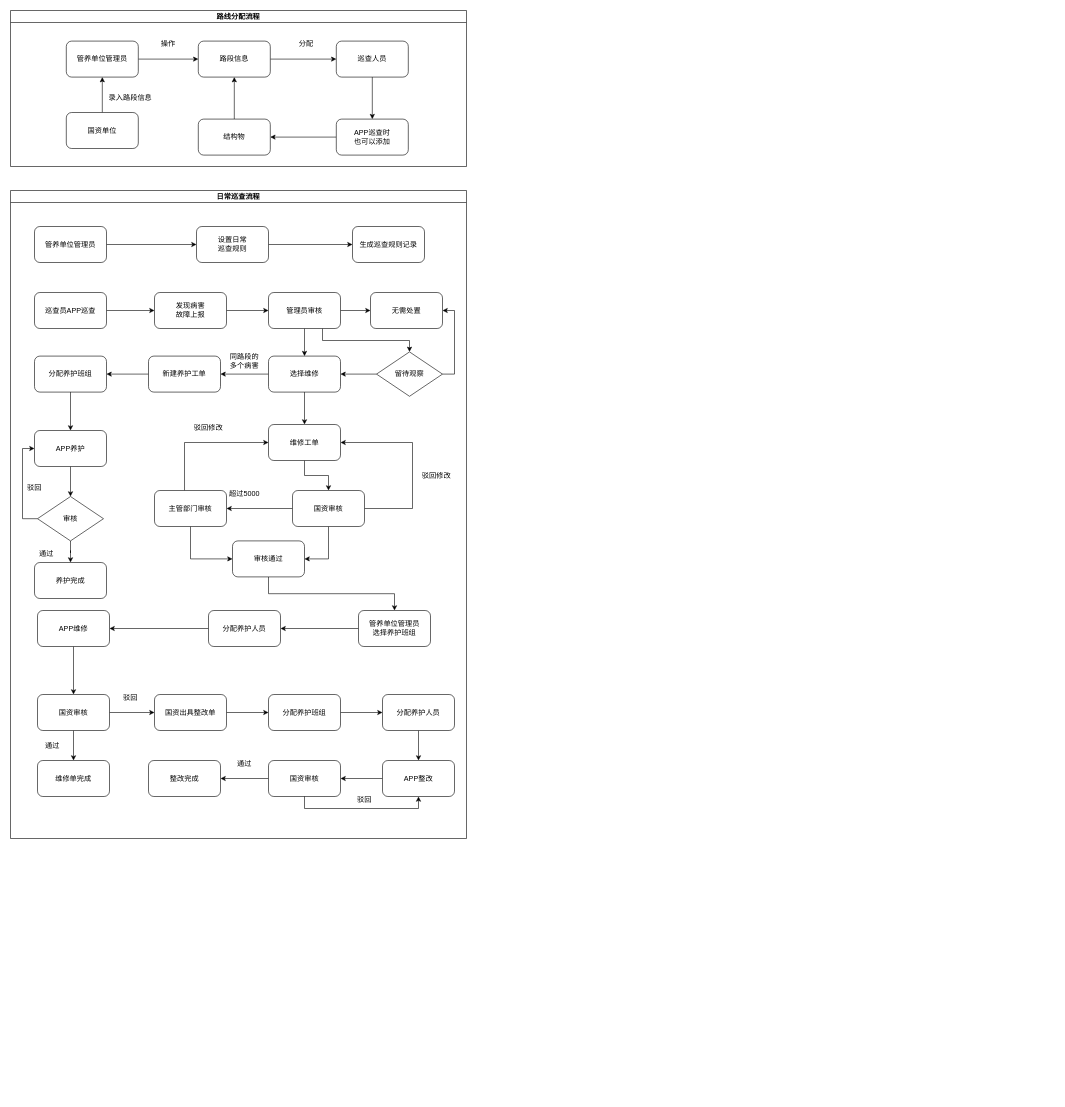
Above: way/JH/流程图.drawio in Napoleon1234/Draw (draw.io), before the change. Source tidied: cells renumbered, new cells numbered last; positions are measured from the earlier drawing's top-left corner, leaving out a move shared by most shapes. Both pictures are drawn from the tidied source at 60%, with x=0, y=0 at pixel (10, 10).
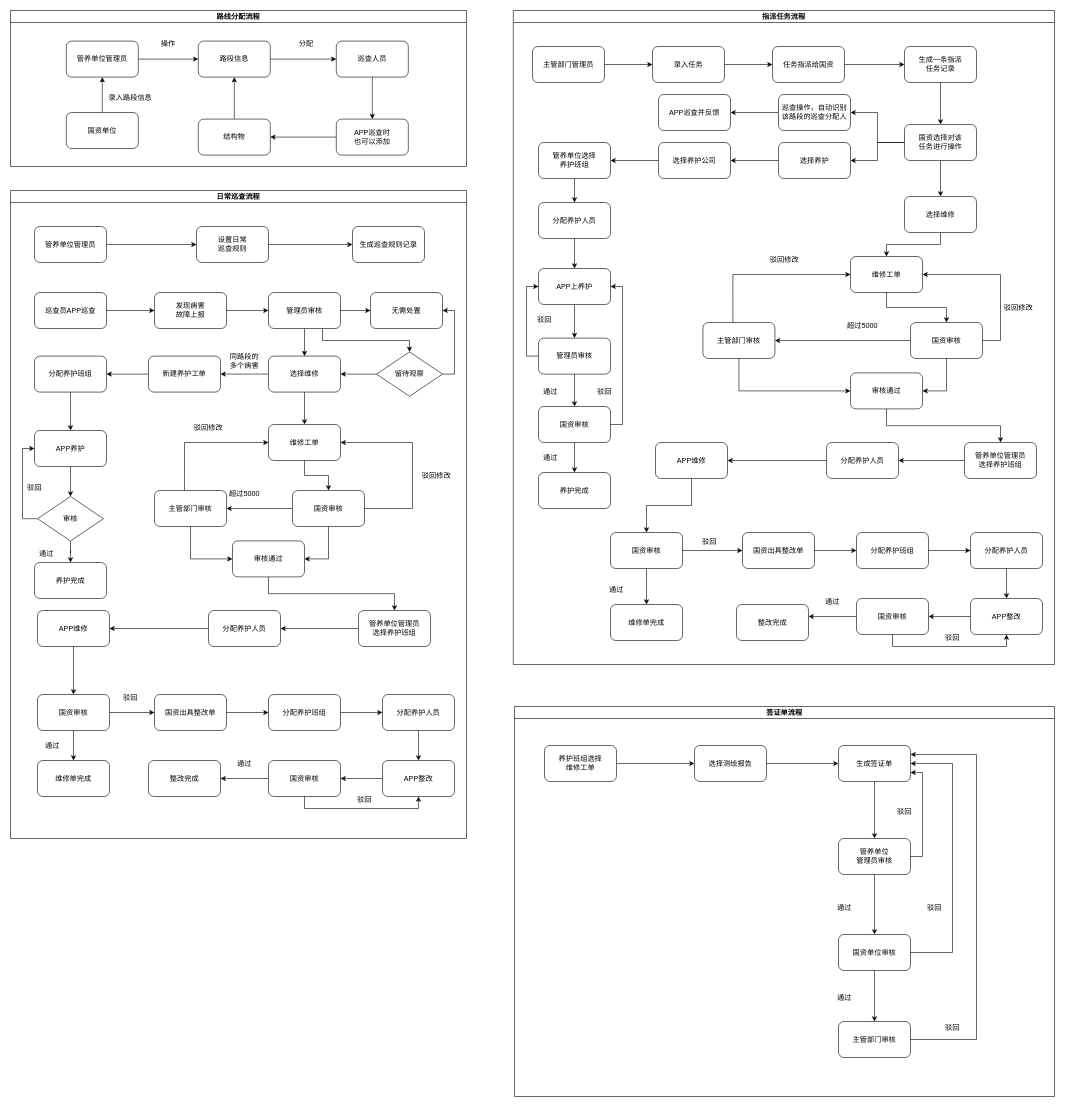
After the change.

Commit message (it also covers changes not shown here):
更新流程图.drawio

Change to the diagram source:
```diff
@@
+    <mxCell id="92" value="指派任务流程" style="swimlane;startSize=20;horizontal=1;containerType=tree;" parent="1" vertex="1">
+      <mxGeometry x="838" width="902" height="1090" as="geometry" />
+    </mxCell>
+    <mxCell id="93" style="edgeStyle=orthogonalEdgeStyle;rounded=0;jettySize=auto;html=1;" parent="92" edge="1" source="94" target="96">
+      <mxGeometry relative="1" as="geometry" />
+    </mxCell>
+    <mxCell id="94" value="主管部门管理员" style="rounded=1;whiteSpace=wrap;html=1;" parent="92" vertex="1">
+      <mxGeometry x="32" y="60" width="120" height="60" as="geometry" />
+    </mxCell>
+    <mxCell id="95" style="edgeStyle=orthogonalEdgeStyle;rounded=0;jettySize=auto;html=1;" parent="92" edge="1" source="96" target="98">
+      <mxGeometry relative="1" as="geometry" />
+    </mxCell>
+    <mxCell id="96" value="录入任务" style="rounded=1;whiteSpace=wrap;html=1;" parent="92" vertex="1">
+      <mxGeometry x="232" y="60" width="120" height="60" as="geometry" />
+    </mxCell>
+    <mxCell id="97" style="edgeStyle=orthogonalEdgeStyle;rounded=0;jettySize=auto;html=1;entryX=0;entryY=0.5;entryDx=0;entryDy=0;" parent="92" edge="1" source="98" target="100">
+      <mxGeometry relative="1" as="geometry" />
+    </mxCell>
+    <mxCell id="98" value="任务指派给国资" style="rounded=1;whiteSpace=wrap;html=1;" parent="92" vertex="1">
+      <mxGeometry x="432" y="60" width="120" height="60" as="geometry" />
+    </mxCell>
+    <mxCell id="99" style="edgeStyle=orthogonalEdgeStyle;rounded=0;jettySize=auto;html=1;entryX=0.5;entryY=0;entryDx=0;entryDy=0;" parent="92" edge="1" source="100" target="104">
+      <mxGeometry relative="1" as="geometry" />
+    </mxCell>
+    <mxCell id="100" value="生成一条指派&lt;br&gt;任务记录" style="rounded=1;whiteSpace=wrap;html=1;" parent="92" vertex="1">
+      <mxGeometry x="652" y="60" width="120" height="60" as="geometry" />
+    </mxCell>
+    <mxCell id="101" style="edgeStyle=orthogonalEdgeStyle;rounded=0;jettySize=auto;html=1;entryX=1;entryY=0.5;entryDx=0;entryDy=0;" parent="92" edge="1" source="104" target="106">
+      <mxGeometry relative="1" as="geometry" />
+    </mxCell>
+    <mxCell id="102" style="edgeStyle=orthogonalEdgeStyle;rounded=0;jettySize=auto;html=1;" parent="92" edge="1" source="104" target="109">
+      <mxGeometry relative="1" as="geometry" />
+    </mxCell>
+    <mxCell id="103" style="edgeStyle=orthogonalEdgeStyle;rounded=0;jettySize=auto;html=1;" parent="92" edge="1" source="104" target="127">
+      <mxGeometry relative="1" as="geometry" />
+    </mxCell>
+    <mxCell id="104" value="国资选择对该&lt;br&gt;任务进行操作" style="rounded=1;whiteSpace=wrap;html=1;" parent="92" vertex="1">
+      <mxGeometry x="652" y="190" width="120" height="60" as="geometry" />
+    </mxCell>
+    <mxCell id="105" style="edgeStyle=orthogonalEdgeStyle;rounded=0;jettySize=auto;html=1;entryX=1;entryY=0.5;entryDx=0;entryDy=0;" parent="92" edge="1" source="106" target="107">
+      <mxGeometry relative="1" as="geometry" />
+    </mxCell>
+    <mxCell id="106" value="巡查操作，自动识别该路段的巡查分配人" style="rounded=1;whiteSpace=wrap;html=1;" parent="92" vertex="1">
+      <mxGeometry x="442" y="140" width="120" height="60" as="geometry" />
+    </mxCell>
+    <mxCell id="107" value="APP巡查并反馈" style="rounded=1;whiteSpace=wrap;html=1;" parent="92" vertex="1">
+      <mxGeometry x="242" y="140" width="120" height="60" as="geometry" />
+    </mxCell>
+    <mxCell id="108" style="edgeStyle=orthogonalEdgeStyle;rounded=0;jettySize=auto;html=1;entryX=1;entryY=0.5;entryDx=0;entryDy=0;" parent="92" edge="1" source="109" target="111">
+      <mxGeometry relative="1" as="geometry" />
+    </mxCell>
+    <mxCell id="109" value="选择养护" style="rounded=1;whiteSpace=wrap;html=1;" parent="92" vertex="1">
+      <mxGeometry x="442" y="220" width="120" height="60" as="geometry" />
+    </mxCell>
+    <mxCell id="110" style="edgeStyle=orthogonalEdgeStyle;rounded=0;jettySize=auto;html=1;" parent="92" edge="1" source="111" target="113">
+      <mxGeometry relative="1" as="geometry" />
+    </mxCell>
+    <mxCell id="111" value="选择养护公司" style="rounded=1;whiteSpace=wrap;html=1;" parent="92" vertex="1">
+      <mxGeometry x="242" y="220" width="120" height="60" as="geometry" />
+    </mxCell>
+    <mxCell id="112" style="edgeStyle=orthogonalEdgeStyle;rounded=0;jettySize=auto;html=1;" parent="92" edge="1" source="113" target="115">
+      <mxGeometry relative="1" as="geometry" />
+    </mxCell>
+    <mxCell id="113" value="管养单位选择&lt;br&gt;养护班组" style="rounded=1;whiteSpace=wrap;html=1;" parent="92" vertex="1">
+      <mxGeometry x="42" y="220" width="120" height="60" as="geometry" />
+    </mxCell>
+    <mxCell id="114" style="edgeStyle=orthogonalEdgeStyle;rounded=0;jettySize=auto;html=1;entryX=0.5;entryY=0;entryDx=0;entryDy=0;" parent="92" edge="1" source="115" target="117">
+      <mxGeometry relative="1" as="geometry" />
+    </mxCell>
+    <mxCell id="115" value="分配养护人员" style="rounded=1;whiteSpace=wrap;html=1;" parent="92" vertex="1">
+      <mxGeometry x="42" y="320" width="120" height="60" as="geometry" />
+    </mxCell>
+    <mxCell id="116" style="edgeStyle=orthogonalEdgeStyle;rounded=0;jettySize=auto;html=1;" parent="92" edge="1" source="117" target="120">
+      <mxGeometry relative="1" as="geometry" />
+    </mxCell>
+    <mxCell id="117" value="APP上养护" style="rounded=1;whiteSpace=wrap;html=1;" parent="92" vertex="1">
+      <mxGeometry x="42" y="430" width="120" height="60" as="geometry" />
+    </mxCell>
+    <mxCell id="118" style="edgeStyle=orthogonalEdgeStyle;rounded=0;jettySize=auto;html=1;entryX=0;entryY=0.5;entryDx=0;entryDy=0;exitX=0;exitY=0.5;exitDx=0;exitDy=0;" parent="92" edge="1" source="120" target="117">
+      <mxGeometry relative="1" as="geometry" />
+    </mxCell>
+    <mxCell id="119" style="edgeStyle=orthogonalEdgeStyle;rounded=0;jettySize=auto;html=1;entryX=0.5;entryY=0;entryDx=0;entryDy=0;" parent="92" edge="1" source="120" target="124">
+      <mxGeometry relative="1" as="geometry" />
+    </mxCell>
+    <mxCell id="120" value="管理员审核" style="rounded=1;whiteSpace=wrap;html=1;" parent="92" vertex="1">
+      <mxGeometry x="42" y="546" width="120" height="60" as="geometry" />
+    </mxCell>
+    <mxCell id="121" value="驳回" style="text;strokeColor=none;align=center;fillColor=none;html=1;verticalAlign=middle;whiteSpace=wrap;rounded=0;" parent="92" vertex="1">
+      <mxGeometry x="22" y="500" width="60" height="30" as="geometry" />
+    </mxCell>
+    <mxCell id="122" style="edgeStyle=orthogonalEdgeStyle;rounded=0;jettySize=auto;html=1;entryX=0.5;entryY=0;entryDx=0;entryDy=0;" parent="92" edge="1" source="124" target="128">
+      <mxGeometry relative="1" as="geometry" />
+    </mxCell>
+    <mxCell id="123" style="edgeStyle=orthogonalEdgeStyle;rounded=0;jettySize=auto;html=1;entryX=1;entryY=0.5;entryDx=0;entryDy=0;exitX=1;exitY=0.5;exitDx=0;exitDy=0;" parent="92" edge="1" source="124" target="117">
+      <mxGeometry relative="1" as="geometry" />
+    </mxCell>
+    <mxCell id="124" value="国资审核" style="rounded=1;whiteSpace=wrap;html=1;" parent="92" vertex="1">
+      <mxGeometry x="42" y="660" width="120" height="60" as="geometry" />
+    </mxCell>
+    <mxCell id="125" value="通过" style="text;strokeColor=none;align=center;fillColor=none;html=1;verticalAlign=middle;whiteSpace=wrap;rounded=0;" parent="92" vertex="1">
+      <mxGeometry x="32" y="620" width="60" height="30" as="geometry" />
+    </mxCell>
+    <mxCell id="126" style="edgeStyle=orthogonalEdgeStyle;rounded=0;jettySize=auto;html=1;entryX=0.5;entryY=0;entryDx=0;entryDy=0;" parent="92" edge="1" source="127" target="131">
+      <mxGeometry relative="1" as="geometry" />
+    </mxCell>
+    <mxCell id="127" value="选择维修" style="rounded=1;whiteSpace=wrap;html=1;" parent="92" vertex="1">
+      <mxGeometry x="652" y="310" width="120" height="60" as="geometry" />
+    </mxCell>
+    <mxCell id="128" value="养护完成" style="rounded=1;whiteSpace=wrap;html=1;" parent="92" vertex="1">
+      <mxGeometry x="42" y="770" width="120" height="60" as="geometry" />
+    </mxCell>
+    <mxCell id="129" value="通过" style="text;strokeColor=none;align=center;fillColor=none;html=1;verticalAlign=middle;whiteSpace=wrap;rounded=0;" parent="92" vertex="1">
+      <mxGeometry x="32" y="730" width="60" height="30" as="geometry" />
+    </mxCell>
+    <mxCell id="130" value="驳回" style="text;strokeColor=none;align=center;fillColor=none;html=1;verticalAlign=middle;whiteSpace=wrap;rounded=0;" parent="92" vertex="1">
+      <mxGeometry x="122" y="620" width="60" height="30" as="geometry" />
+    </mxCell>
+    <mxCell id="131" value="维修工单" style="rounded=1;whiteSpace=wrap;html=1;" parent="92" vertex="1">
+      <mxGeometry x="562" y="410" width="120" height="60" as="geometry" />
+    </mxCell>
+    <mxCell id="132" style="edgeStyle=orthogonalEdgeStyle;rounded=0;jettySize=auto;html=1;entryX=1;entryY=0.5;entryDx=0;entryDy=0;exitX=1;exitY=0.5;exitDx=0;exitDy=0;" parent="92" edge="1" source="133" target="131">
+      <mxGeometry x="0.2" y="-20" relative="1" as="geometry">
+        <Array as="points">
+          <mxPoint x="812" y="550" />
+          <mxPoint x="812" y="440" />
+        </Array>
+      </mxGeometry>
+    </mxCell>
+    <mxCell id="133" value="国资审核" style="rounded=1;whiteSpace=wrap;html=1;" parent="92" vertex="1">
+      <mxGeometry x="662" y="520" width="120" height="60" as="geometry" />
+    </mxCell>
+    <mxCell id="134" style="edgeStyle=orthogonalEdgeStyle;rounded=0;jettySize=auto;html=1;entryX=0.5;entryY=0;entryDx=0;entryDy=0;" parent="92" edge="1" source="131" target="133">
+      <mxGeometry relative="1" as="geometry" />
+    </mxCell>
+    <mxCell id="135" style="edgeStyle=orthogonalEdgeStyle;rounded=0;jettySize=auto;html=1;entryX=0;entryY=0.5;entryDx=0;entryDy=0;exitX=0.417;exitY=0;exitDx=0;exitDy=0;exitPerimeter=0;" parent="92" edge="1" source="136" target="131">
+      <mxGeometry relative="1" as="geometry" />
+    </mxCell>
+    <mxCell id="136" value="主管部门审核" style="rounded=1;whiteSpace=wrap;html=1;" parent="92" vertex="1">
+      <mxGeometry x="316" y="520" width="120" height="60" as="geometry" />
+    </mxCell>
+    <mxCell id="137" style="edgeStyle=orthogonalEdgeStyle;rounded=0;jettySize=auto;html=1;entryX=1;entryY=0.5;entryDx=0;entryDy=0;" parent="92" edge="1" source="133" target="136">
+      <mxGeometry relative="1" as="geometry" />
+    </mxCell>
+    <mxCell id="138" value="超过5000" style="text;strokeColor=none;align=center;fillColor=none;html=1;verticalAlign=middle;whiteSpace=wrap;rounded=0;" parent="92" vertex="1">
+      <mxGeometry x="552" y="510" width="60" height="30" as="geometry" />
+    </mxCell>
+    <mxCell id="139" value="驳回修改" style="text;strokeColor=none;align=center;fillColor=none;html=1;verticalAlign=middle;whiteSpace=wrap;rounded=0;" parent="92" vertex="1">
+      <mxGeometry x="422" y="400" width="60" height="30" as="geometry" />
+    </mxCell>
+    <mxCell id="140" value="驳回修改" style="text;strokeColor=none;align=center;fillColor=none;html=1;verticalAlign=middle;whiteSpace=wrap;rounded=0;" parent="92" vertex="1">
+      <mxGeometry x="812" y="480" width="60" height="30" as="geometry" />
+    </mxCell>
+    <mxCell id="141" value="审核通过" style="rounded=1;whiteSpace=wrap;html=1;" parent="92" vertex="1">
+      <mxGeometry x="562" y="604" width="120" height="60" as="geometry" />
+    </mxCell>
+    <mxCell id="142" style="edgeStyle=orthogonalEdgeStyle;rounded=0;jettySize=auto;html=1;entryX=1;entryY=0.5;entryDx=0;entryDy=0;" parent="92" edge="1" source="133" target="141">
+      <mxGeometry relative="1" as="geometry" />
+    </mxCell>
+    <mxCell id="143" style="edgeStyle=orthogonalEdgeStyle;rounded=0;jettySize=auto;html=1;entryX=0;entryY=0.5;entryDx=0;entryDy=0;exitX=0.5;exitY=1;exitDx=0;exitDy=0;" parent="92" edge="1" source="136" target="141">
+      <mxGeometry relative="1" as="geometry" />
+    </mxCell>
+    <mxCell id="144" value="管养单位管理员&lt;br&gt;选择养护班组" style="rounded=1;whiteSpace=wrap;html=1;" parent="92" vertex="1">
+      <mxGeometry x="752" y="720" width="120" height="60" as="geometry" />
+    </mxCell>
+    <mxCell id="145" style="edgeStyle=orthogonalEdgeStyle;rounded=0;jettySize=auto;html=1;exitX=0.5;exitY=1;exitDx=0;exitDy=0;" parent="92" edge="1" source="141" target="144">
+      <mxGeometry relative="1" as="geometry" />
+    </mxCell>
+    <mxCell id="146" value="分配养护人员" style="rounded=1;whiteSpace=wrap;html=1;" parent="92" vertex="1">
+      <mxGeometry x="522" y="720" width="120" height="60" as="geometry" />
+    </mxCell>
+    <mxCell id="147" style="edgeStyle=orthogonalEdgeStyle;rounded=0;jettySize=auto;html=1;entryX=1;entryY=0.5;entryDx=0;entryDy=0;" parent="92" edge="1" source="144" target="146">
+      <mxGeometry relative="1" as="geometry" />
+    </mxCell>
+    <mxCell id="148" value="APP维修" style="rounded=1;whiteSpace=wrap;html=1;" parent="92" vertex="1">
+      <mxGeometry x="237" y="720" width="120" height="60" as="geometry" />
+    </mxCell>
+    <mxCell id="149" style="edgeStyle=orthogonalEdgeStyle;rounded=0;jettySize=auto;html=1;entryX=1;entryY=0.5;entryDx=0;entryDy=0;exitX=0;exitY=0.5;exitDx=0;exitDy=0;" parent="92" edge="1" source="146" target="148">
+      <mxGeometry relative="1" as="geometry" />
+    </mxCell>
+    <mxCell id="150" style="edgeStyle=orthogonalEdgeStyle;rounded=0;jettySize=auto;html=1;" parent="92" edge="1" source="152" target="154">
+      <mxGeometry relative="1" as="geometry" />
+    </mxCell>
+    <mxCell id="151" style="edgeStyle=orthogonalEdgeStyle;rounded=0;jettySize=auto;html=1;entryX=0;entryY=0.5;entryDx=0;entryDy=0;" parent="92" edge="1" source="152" target="155">
+      <mxGeometry relative="1" as="geometry" />
+    </mxCell>
+    <mxCell id="152" value="国资审核" style="rounded=1;whiteSpace=wrap;html=1;" parent="92" vertex="1">
+      <mxGeometry x="162" y="870" width="120" height="60" as="geometry" />
+    </mxCell>
+    <mxCell id="153" style="edgeStyle=orthogonalEdgeStyle;rounded=0;jettySize=auto;html=1;entryX=0.5;entryY=0;entryDx=0;entryDy=0;" parent="92" edge="1" source="148" target="152">
+      <mxGeometry relative="1" as="geometry" />
+    </mxCell>
+    <mxCell id="154" value="维修单完成" style="rounded=1;whiteSpace=wrap;html=1;" parent="92" vertex="1">
+      <mxGeometry x="162" y="990" width="120" height="60" as="geometry" />
+    </mxCell>
+    <mxCell id="155" value="国资出具整改单" style="rounded=1;whiteSpace=wrap;html=1;" parent="92" vertex="1">
+      <mxGeometry x="382" y="870" width="120" height="60" as="geometry" />
+    </mxCell>
+    <mxCell id="156" value="通过" style="text;strokeColor=none;align=center;fillColor=none;html=1;verticalAlign=middle;whiteSpace=wrap;rounded=0;" parent="92" vertex="1">
+      <mxGeometry x="142" y="950" width="60" height="30" as="geometry" />
+    </mxCell>
+    <mxCell id="157" value="驳回" style="text;strokeColor=none;align=center;fillColor=none;html=1;verticalAlign=middle;whiteSpace=wrap;rounded=0;" parent="92" vertex="1">
+      <mxGeometry x="297" y="870" width="60" height="30" as="geometry" />
+    </mxCell>
+    <mxCell id="158" value="分配养护班组" style="rounded=1;whiteSpace=wrap;html=1;" parent="92" vertex="1">
+      <mxGeometry x="572" y="870" width="120" height="60" as="geometry" />
+    </mxCell>
+    <mxCell id="159" style="edgeStyle=orthogonalEdgeStyle;rounded=0;jettySize=auto;html=1;" parent="92" edge="1" source="155" target="158">
+      <mxGeometry relative="1" as="geometry" />
+    </mxCell>
+    <mxCell id="160" value="分配养护人员" style="rounded=1;whiteSpace=wrap;html=1;" parent="92" vertex="1">
+      <mxGeometry x="762" y="870" width="120" height="60" as="geometry" />
+    </mxCell>
+    <mxCell id="161" style="edgeStyle=orthogonalEdgeStyle;rounded=0;jettySize=auto;html=1;entryX=0;entryY=0.5;entryDx=0;entryDy=0;" parent="92" edge="1" source="158" target="160">
+      <mxGeometry relative="1" as="geometry" />
+    </mxCell>
+    <mxCell id="162" value="APP整改" style="rounded=1;whiteSpace=wrap;html=1;" parent="92" vertex="1">
+      <mxGeometry x="762" y="980" width="120" height="60" as="geometry" />
+    </mxCell>
+    <mxCell id="163" style="edgeStyle=orthogonalEdgeStyle;rounded=0;jettySize=auto;html=1;entryX=0.5;entryY=0;entryDx=0;entryDy=0;" parent="92" edge="1" source="160" target="162">
+      <mxGeometry relative="1" as="geometry" />
+    </mxCell>
+    <mxCell id="164" style="edgeStyle=orthogonalEdgeStyle;rounded=0;jettySize=auto;html=1;" parent="92" edge="1" source="165">
+      <mxGeometry relative="1" as="geometry">
+        <mxPoint x="492" y="1010" as="targetPoint" />
+      </mxGeometry>
+    </mxCell>
+    <mxCell id="165" value="国资审核" style="rounded=1;whiteSpace=wrap;html=1;" parent="92" vertex="1">
+      <mxGeometry x="572" y="980" width="120" height="60" as="geometry" />
+    </mxCell>
+    <mxCell id="166" style="edgeStyle=orthogonalEdgeStyle;rounded=0;jettySize=auto;html=1;entryX=1;entryY=0.5;entryDx=0;entryDy=0;" parent="92" edge="1" source="162" target="165">
+      <mxGeometry relative="1" as="geometry" />
+    </mxCell>
+    <mxCell id="167" style="edgeStyle=orthogonalEdgeStyle;rounded=0;jettySize=auto;html=1;entryX=0.5;entryY=1;entryDx=0;entryDy=0;exitX=0.5;exitY=1;exitDx=0;exitDy=0;" parent="92" edge="1" source="165" target="162">
+      <mxGeometry relative="1" as="geometry" />
+    </mxCell>
+    <mxCell id="168" value="驳回" style="text;strokeColor=none;align=center;fillColor=none;html=1;verticalAlign=middle;whiteSpace=wrap;rounded=0;" parent="92" vertex="1">
+      <mxGeometry x="702" y="1030" width="60" height="30" as="geometry" />
+    </mxCell>
+    <mxCell id="169" value="通过" style="text;strokeColor=none;align=center;fillColor=none;html=1;verticalAlign=middle;whiteSpace=wrap;rounded=0;" parent="92" vertex="1">
+      <mxGeometry x="502" y="970" width="60" height="30" as="geometry" />
+    </mxCell>
+    <mxCell id="170" value="整改完成" style="rounded=1;whiteSpace=wrap;html=1;" parent="92" vertex="1">
+      <mxGeometry x="372" y="990" width="120" height="60" as="geometry" />
+    </mxCell>
+    <mxCell id="171" value="签证单流程" style="swimlane;startSize=20;horizontal=1;containerType=tree;" parent="1" vertex="1">
+      <mxGeometry x="840" y="1160" width="900" height="650" as="geometry" />
+    </mxCell>
+    <mxCell id="172" style="edgeStyle=orthogonalEdgeStyle;rounded=0;jettySize=auto;html=1;entryX=0;entryY=0.5;entryDx=0;entryDy=0;" parent="171" edge="1" source="173" target="175">
+      <mxGeometry relative="1" as="geometry" />
+    </mxCell>
+    <mxCell id="173" value="养护班组选择&lt;br&gt;维修工单" style="rounded=1;whiteSpace=wrap;html=1;" parent="171" vertex="1">
+      <mxGeometry x="50" y="65" width="120" height="60" as="geometry" />
+    </mxCell>
+    <mxCell id="174" style="edgeStyle=orthogonalEdgeStyle;rounded=0;jettySize=auto;html=1;entryX=0;entryY=0.5;entryDx=0;entryDy=0;" parent="171" edge="1" source="175" target="177">
+      <mxGeometry relative="1" as="geometry" />
+    </mxCell>
+    <mxCell id="175" value="选择测绘报告" style="rounded=1;whiteSpace=wrap;html=1;" parent="171" vertex="1">
+      <mxGeometry x="300" y="65" width="120" height="60" as="geometry" />
+    </mxCell>
+    <mxCell id="176" style="edgeStyle=orthogonalEdgeStyle;rounded=0;jettySize=auto;html=1;entryX=0.5;entryY=0;entryDx=0;entryDy=0;" parent="171" edge="1" source="177" target="180">
+      <mxGeometry relative="1" as="geometry" />
+    </mxCell>
+    <mxCell id="177" value="生成签证单" style="rounded=1;whiteSpace=wrap;html=1;" parent="171" vertex="1">
+      <mxGeometry x="540" y="65" width="120" height="60" as="geometry" />
+    </mxCell>
+    <mxCell id="178" style="edgeStyle=orthogonalEdgeStyle;rounded=0;jettySize=auto;html=1;entryX=0.5;entryY=0;entryDx=0;entryDy=0;" parent="171" edge="1" source="180" target="183">
+      <mxGeometry relative="1" as="geometry" />
+    </mxCell>
+    <mxCell id="179" style="edgeStyle=orthogonalEdgeStyle;rounded=0;jettySize=auto;html=1;entryX=1;entryY=0.75;entryDx=0;entryDy=0;exitX=1;exitY=0.5;exitDx=0;exitDy=0;" parent="171" edge="1" source="180" target="177">
+      <mxGeometry relative="1" as="geometry" />
+    </mxCell>
+    <mxCell id="180" value="管养单位&lt;br&gt;管理员审核" style="rounded=1;whiteSpace=wrap;html=1;" parent="171" vertex="1">
+      <mxGeometry x="540" y="220" width="120" height="60" as="geometry" />
+    </mxCell>
+    <mxCell id="181" style="edgeStyle=orthogonalEdgeStyle;rounded=0;jettySize=auto;html=1;entryX=0.5;entryY=0;entryDx=0;entryDy=0;" parent="171" edge="1" source="183" target="185">
+      <mxGeometry relative="1" as="geometry" />
+    </mxCell>
+    <mxCell id="182" style="edgeStyle=orthogonalEdgeStyle;rounded=0;jettySize=auto;html=1;exitX=1;exitY=0.5;exitDx=0;exitDy=0;" parent="171" edge="1" source="183">
+      <mxGeometry relative="1" as="geometry">
+        <mxPoint x="660" y="95" as="targetPoint" />
+        <Array as="points">
+          <mxPoint x="730" y="410" />
+          <mxPoint x="730" y="95" />
+          <mxPoint x="660" y="95" />
+        </Array>
+      </mxGeometry>
+    </mxCell>
+    <mxCell id="183" value="国资单位审核" style="rounded=1;whiteSpace=wrap;html=1;" parent="171" vertex="1">
+      <mxGeometry x="540" y="380" width="120" height="60" as="geometry" />
+    </mxCell>
+    <mxCell id="184" style="edgeStyle=orthogonalEdgeStyle;rounded=0;jettySize=auto;html=1;entryX=1;entryY=0.25;entryDx=0;entryDy=0;exitX=1;exitY=0.5;exitDx=0;exitDy=0;" parent="171" edge="1" source="185" target="177">
+      <mxGeometry relative="1" as="geometry">
+        <Array as="points">
+          <mxPoint x="770" y="555" />
+          <mxPoint x="770" y="80" />
+        </Array>
+      </mxGeometry>
+    </mxCell>
+    <mxCell id="185" value="主管部门审核" style="rounded=1;whiteSpace=wrap;html=1;" parent="171" vertex="1">
+      <mxGeometry x="540" y="525" width="120" height="60" as="geometry" />
+    </mxCell>
+    <mxCell id="186" value="通过" style="text;strokeColor=none;align=center;fillColor=none;html=1;verticalAlign=middle;whiteSpace=wrap;rounded=0;" parent="171" vertex="1">
+      <mxGeometry x="520" y="320" width="60" height="30" as="geometry" />
+    </mxCell>
+    <mxCell id="187" value="通过" style="text;strokeColor=none;align=center;fillColor=none;html=1;verticalAlign=middle;whiteSpace=wrap;rounded=0;" parent="171" vertex="1">
+      <mxGeometry x="520" y="470" width="60" height="30" as="geometry" />
+    </mxCell>
+    <mxCell id="188" value="驳回" style="text;strokeColor=none;align=center;fillColor=none;html=1;verticalAlign=middle;whiteSpace=wrap;rounded=0;" parent="171" vertex="1">
+      <mxGeometry x="620" y="160" width="60" height="30" as="geometry" />
+    </mxCell>
+    <mxCell id="189" value="驳回" style="text;strokeColor=none;align=center;fillColor=none;html=1;verticalAlign=middle;whiteSpace=wrap;rounded=0;" parent="171" vertex="1">
+      <mxGeometry x="670" y="320" width="60" height="30" as="geometry" />
+    </mxCell>
+    <mxCell id="190" value="驳回" style="text;strokeColor=none;align=center;fillColor=none;html=1;verticalAlign=middle;whiteSpace=wrap;rounded=0;" parent="171" vertex="1">
+      <mxGeometry x="700" y="520" width="60" height="30" as="geometry" />
+    </mxCell>
```
